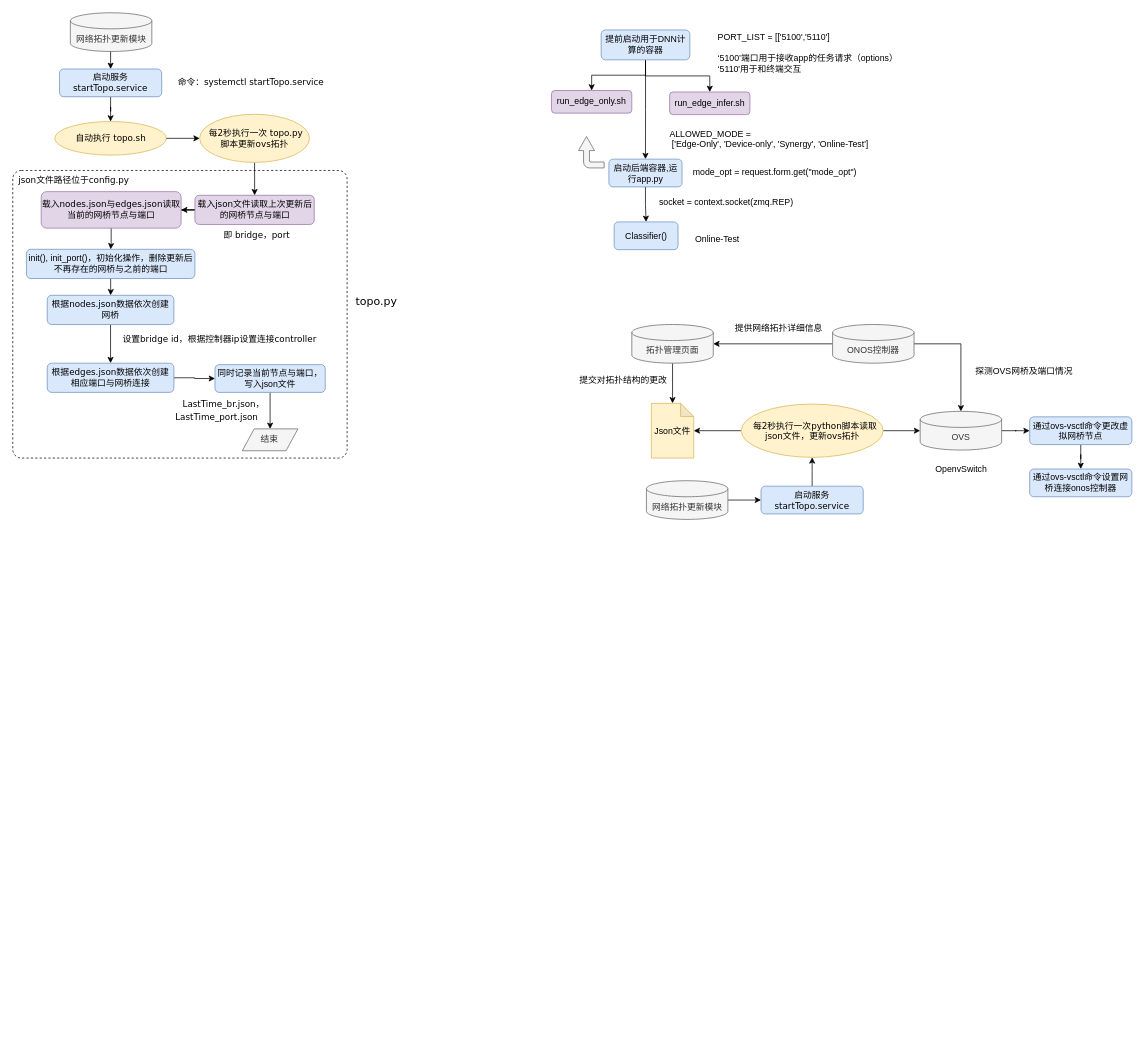
Above: 未命名绘图.drawio in zhoumeng-123/draw (draw.io), before the change. Source tidied: cells renumbered, new cells numbered last; positions are measured from the earlier drawing's top-left corner, leaving out a move shared by most shapes. Both pictures are drawn from the tidied source at 73%, with x=0, y=0 at pixel (12, 12).
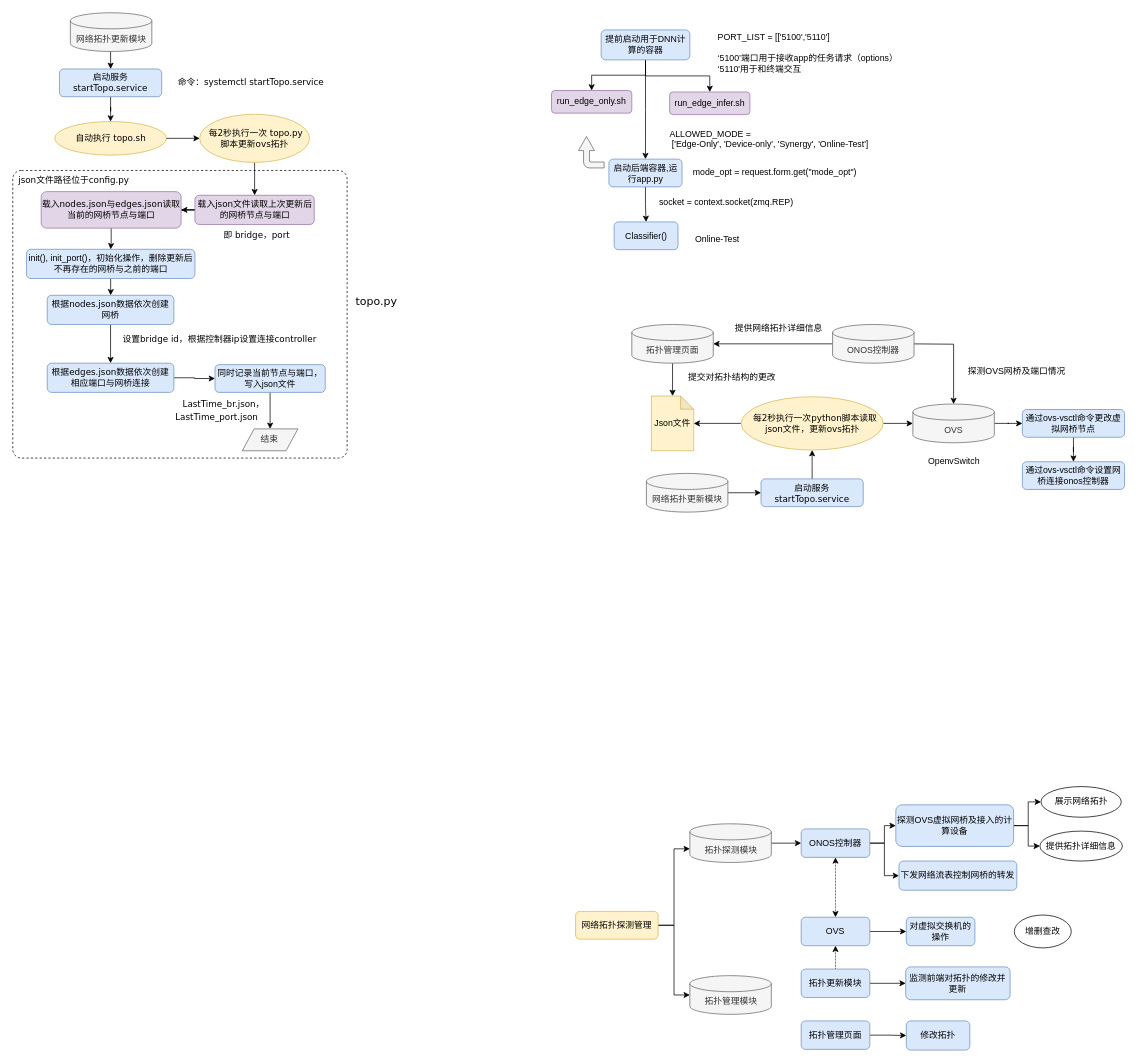
Above is the later version.

Commit message:
更新未命名绘图.drawio

The change refers to these unchanged cells:
```xml
<mxCell id="56" value="ONOS控制器" style="shape=cylinder3;whiteSpace=wrap;html=1;boundedLbl=1;backgroundOutline=1;size=11;fillColor=#f5f5f5;strokeColor=#666666;fontColor=#333333;" parent="1" vertex="1">
  <mxGeometry x="1123" y="427" width="111.6" height="53" as="geometry" />
</mxCell>
```

The edit, as a diff of the source:
```diff
@@
     <mxCell id="47" value="启动服务&lt;font face=&quot;Verdana&quot;&gt;startTopo.service&lt;/font&gt;" style="rounded=1;whiteSpace=wrap;html=1;fillColor=#dae8fc;strokeColor=#6c8ebf;" parent="1" vertex="1">
-      <mxGeometry x="1025" y="648.5" width="140" height="38" as="geometry" />
+      <mxGeometry x="1025" y="638.5" width="140" height="38" as="geometry" />
     </mxCell>
@@
     <mxCell id="49" value="网络拓扑更新模块" style="shape=cylinder3;whiteSpace=wrap;html=1;boundedLbl=1;backgroundOutline=1;size=11;fillColor=#f5f5f5;strokeColor=#666666;fontColor=#333333;" parent="1" vertex="1">
-      <mxGeometry x="868" y="641" width="111.6" height="53" as="geometry" />
+      <mxGeometry x="868" y="631" width="111.6" height="53" as="geometry" />
     </mxCell>
@@
     <mxCell id="52" value="&lt;font face=&quot;Verdana&quot;&gt;&amp;nbsp; 每2秒执行一次python脚本读取 json文件，更新ovs拓扑&lt;/font&gt; " style="ellipse;whiteSpace=wrap;html=1;fillColor=#fff2cc;strokeColor=#d6b656;" parent="1" vertex="1">
-      <mxGeometry x="997.8" y="536" width="194.5" height="73" as="geometry" />
+      <mxGeometry x="997.8" y="526" width="194.5" height="73" as="geometry" />
     </mxCell>
     <mxCell id="53" value="探测OVS网桥及端口情况" style="text;html=1;align=center;verticalAlign=middle;strokeColor=none;fillColor=none;" parent="1" vertex="1">
-      <mxGeometry x="1313" y="482" width="143" height="18" as="geometry" />
+      <mxGeometry x="1303" y="482" width="143" height="18" as="geometry" />
     </mxCell>
-    <mxCell id="54" style="edgeStyle=orthogonalEdgeStyle;rounded=0;jettySize=auto;html=1;entryX=0.5;entryY=0;entryDx=0;entryDy=0;entryPerimeter=0;" parent="1" edge="1" source="56" target="58">
-      <mxGeometry relative="1" as="geometry" />
+    <mxCell id="54" style="edgeStyle=orthogonalEdgeStyle;rounded=0;jettySize=auto;html=1;entryX=0.5;entryY=0;entryDx=0;entryDy=0;entryPerimeter=0;" parent="1" edge="1" target="58">
+      <mxGeometry relative="1" as="geometry">
+        <mxPoint x="1224.6" y="453.5" as="sourcePoint" />
+      </mxGeometry>
     </mxCell>
@@
     <mxCell id="58" value="OVS" style="shape=cylinder3;whiteSpace=wrap;html=1;boundedLbl=1;backgroundOutline=1;size=11;fillColor=#f5f5f5;strokeColor=#666666;fontColor=#333333;" parent="1" vertex="1">
-      <mxGeometry x="1243" y="546" width="111.6" height="53" as="geometry" />
+      <mxGeometry x="1233" y="536" width="111.6" height="53" as="geometry" />
     </mxCell>
@@
     <mxCell id="61" value="OpenvSwitch" style="text;html=1;align=center;verticalAlign=middle;strokeColor=none;fillColor=none;" parent="1" vertex="1">
-      <mxGeometry x="1258.3" y="616" width="81" height="18" as="geometry" />
+      <mxGeometry x="1248.3" y="606" width="81" height="18" as="geometry" />
     </mxCell>
     <mxCell id="62" value="Json文件" style="shape=note;whiteSpace=wrap;html=1;backgroundOutline=1;darkOpacity=0.05;fillColor=#fff2cc;strokeColor=#d6b656;size=18;" parent="1" vertex="1">
-      <mxGeometry x="874.8" y="535" width="58" height="75" as="geometry" />
+      <mxGeometry x="874.8" y="525" width="58" height="75" as="geometry" />
     </mxCell>
     <mxCell id="63" value="&lt;font face=&quot;Verdana&quot;&gt;提交对拓扑结构的更改&lt;br&gt;&lt;/font&gt;" style="text;html=1;align=center;verticalAlign=middle;strokeColor=none;fillColor=none;" parent="1" vertex="1">
-      <mxGeometry x="771" y="493" width="130" height="19" as="geometry" />
+      <mxGeometry x="920" y="490.5" width="130" height="19" as="geometry" />
     </mxCell>
@@
     <mxCell id="65" value="通过ovs-vsctl命令更改虚拟网桥节点" style="rounded=1;whiteSpace=wrap;html=1;fillColor=#dae8fc;strokeColor=#6c8ebf;" parent="1" vertex="1">
-      <mxGeometry x="1393" y="553.5" width="140" height="38" as="geometry" />
+      <mxGeometry x="1383" y="543.5" width="140" height="38" as="geometry" />
     </mxCell>
     <mxCell id="66" value="通过ovs-vsctl命令设置网桥连接onos控制器" style="rounded=1;whiteSpace=wrap;html=1;fillColor=#dae8fc;strokeColor=#6c8ebf;" parent="1" vertex="1">
-      <mxGeometry x="1393" y="625" width="140" height="38" as="geometry" />
+      <mxGeometry x="1383" y="615" width="140" height="38" as="geometry" />
     </mxCell>
@@
+    <mxCell id="68" style="edgeStyle=orthogonalEdgeStyle;rounded=0;jettySize=auto;html=1;startArrow=none;startFill=0;" parent="1" edge="1" source="69" target="77">
+      <mxGeometry relative="1" as="geometry" />
+    </mxCell>
+    <mxCell id="69" value="拓扑探测模块" style="shape=cylinder3;whiteSpace=wrap;html=1;boundedLbl=1;backgroundOutline=1;size=11;fillColor=#f5f5f5;strokeColor=#666666;fontColor=#333333;" parent="1" vertex="1">
+      <mxGeometry x="927.5" y="1111" width="111.6" height="53" as="geometry" />
+    </mxCell>
+    <mxCell id="70" style="edgeStyle=orthogonalEdgeStyle;rounded=0;jettySize=auto;html=1;exitX=1;exitY=0.5;exitDx=0;exitDy=0;entryX=0;entryY=0.5;entryDx=0;entryDy=0;entryPerimeter=0;startArrow=none;startFill=0;" parent="1" edge="1" source="72" target="73">
+      <mxGeometry relative="1" as="geometry" />
+    </mxCell>
+    <mxCell id="71" style="edgeStyle=orthogonalEdgeStyle;rounded=0;jettySize=auto;html=1;exitX=1;exitY=0.5;exitDx=0;exitDy=0;entryX=0;entryY=0;entryDx=0;entryDy=34.25;entryPerimeter=0;startArrow=none;startFill=0;" parent="1" edge="1" source="72" target="69">
+      <mxGeometry relative="1" as="geometry" />
+    </mxCell>
+    <mxCell id="72" value="网络拓扑探测管理" style="rounded=1;whiteSpace=wrap;html=1;fillColor=#fff2cc;strokeColor=#d6b656;" parent="1" vertex="1">
+      <mxGeometry x="771" y="1231" width="113" height="38" as="geometry" />
+    </mxCell>
+    <mxCell id="73" value="拓扑管理模块" style="shape=cylinder3;whiteSpace=wrap;html=1;boundedLbl=1;backgroundOutline=1;size=11;fillColor=#f5f5f5;strokeColor=#666666;fontColor=#333333;" parent="1" vertex="1">
+      <mxGeometry x="927.5" y="1319" width="111.6" height="53" as="geometry" />
+    </mxCell>
+    <mxCell id="74" style="edgeStyle=orthogonalEdgeStyle;rounded=0;jettySize=auto;html=1;startArrow=classic;startFill=1;dashed=1;dashPattern=1 1;" parent="1" edge="1" source="77" target="83">
+      <mxGeometry relative="1" as="geometry" />
+    </mxCell>
+    <mxCell id="75" style="edgeStyle=orthogonalEdgeStyle;rounded=0;jettySize=auto;html=1;entryX=0;entryY=0.5;entryDx=0;entryDy=0;startArrow=none;startFill=0;" parent="1" edge="1" source="77" target="86">
+      <mxGeometry relative="1" as="geometry" />
+    </mxCell>
+    <mxCell id="76" style="edgeStyle=orthogonalEdgeStyle;rounded=0;jettySize=auto;html=1;exitX=1;exitY=0.5;exitDx=0;exitDy=0;entryX=0;entryY=0.5;entryDx=0;entryDy=0;startArrow=none;startFill=0;" parent="1" edge="1" source="77" target="88">
+      <mxGeometry relative="1" as="geometry" />
+    </mxCell>
+    <mxCell id="77" value="ONOS控制器" style="rounded=1;whiteSpace=wrap;html=1;fillColor=#dae8fc;strokeColor=#6c8ebf;" parent="1" vertex="1">
+      <mxGeometry x="1080" y="1118" width="94" height="39" as="geometry" />
+    </mxCell>
+    <mxCell id="78" style="edgeStyle=orthogonalEdgeStyle;rounded=0;jettySize=auto;html=1;startArrow=none;startFill=0;endArrow=classic;endFill=1;" parent="1" edge="1" source="79" target="90">
+      <mxGeometry relative="1" as="geometry" />
+    </mxCell>
+    <mxCell id="79" value="拓扑管理页面" style="rounded=1;whiteSpace=wrap;html=1;fillColor=#dae8fc;strokeColor=#6c8ebf;" parent="1" vertex="1">
+      <mxGeometry x="1080" y="1381" width="94" height="39" as="geometry" />
+    </mxCell>
+    <mxCell id="80" style="edgeStyle=orthogonalEdgeStyle;rounded=0;jettySize=auto;html=1;startArrow=none;startFill=0;endArrow=classic;endFill=1;" parent="1" edge="1" source="81" target="89">
+      <mxGeometry relative="1" as="geometry" />
+    </mxCell>
+    <mxCell id="81" value="拓扑更新模块" style="rounded=1;whiteSpace=wrap;html=1;fillColor=#dae8fc;strokeColor=#6c8ebf;" parent="1" vertex="1">
+      <mxGeometry x="1080" y="1310" width="94" height="39" as="geometry" />
+    </mxCell>
+    <mxCell id="82" style="edgeStyle=orthogonalEdgeStyle;rounded=0;jettySize=auto;html=1;startArrow=none;startFill=0;" parent="1" edge="1" source="83" target="87">
+      <mxGeometry relative="1" as="geometry" />
+    </mxCell>
+    <mxCell id="83" value="OVS" style="rounded=1;whiteSpace=wrap;html=1;fillColor=#dae8fc;strokeColor=#6c8ebf;" parent="1" vertex="1">
+      <mxGeometry x="1080" y="1239" width="94" height="39" as="geometry" />
+    </mxCell>
+    <mxCell id="84" style="edgeStyle=orthogonalEdgeStyle;rounded=0;jettySize=auto;html=1;startArrow=none;startFill=0;" parent="1" edge="1" source="86" target="91">
+      <mxGeometry relative="1" as="geometry" />
+    </mxCell>
+    <mxCell id="85" style="edgeStyle=orthogonalEdgeStyle;rounded=0;jettySize=auto;html=1;exitX=1;exitY=0.5;exitDx=0;exitDy=0;entryX=0;entryY=0.5;entryDx=0;entryDy=0;startArrow=none;startFill=0;" parent="1" edge="1" source="86" target="92">
+      <mxGeometry relative="1" as="geometry" />
+    </mxCell>
+    <mxCell id="86" value="探测OVS虚拟网桥及接入的计算设备" style="rounded=1;whiteSpace=wrap;html=1;fillColor=#dae8fc;strokeColor=#6c8ebf;" parent="1" vertex="1">
+      <mxGeometry x="1209.6" y="1085" width="161.4" height="57" as="geometry" />
+    </mxCell>
+    <mxCell id="87" value="对虚拟交换机的操作" style="rounded=1;whiteSpace=wrap;html=1;fillColor=#dae8fc;strokeColor=#6c8ebf;" parent="1" vertex="1">
+      <mxGeometry x="1224" y="1239" width="94" height="39" as="geometry" />
+    </mxCell>
+    <mxCell id="88" value="下发网络流表控制网桥的转发" style="rounded=1;whiteSpace=wrap;html=1;fillColor=#dae8fc;strokeColor=#6c8ebf;" parent="1" vertex="1">
+      <mxGeometry x="1214" y="1162" width="161.4" height="40" as="geometry" />
+    </mxCell>
+    <mxCell id="89" value="监测前端对拓扑的修改并更新" style="rounded=1;whiteSpace=wrap;html=1;fillColor=#dae8fc;strokeColor=#6c8ebf;" parent="1" vertex="1">
+      <mxGeometry x="1223.2" y="1307" width="143" height="45" as="geometry" />
+    </mxCell>
+    <mxCell id="90" value="修改拓扑" style="rounded=1;whiteSpace=wrap;html=1;fillColor=#dae8fc;strokeColor=#6c8ebf;" parent="1" vertex="1">
+      <mxGeometry x="1224" y="1381" width="87" height="40" as="geometry" />
+    </mxCell>
+    <mxCell id="91" value="展示网络拓扑" style="ellipse;whiteSpace=wrap;html=1;" parent="1" vertex="1">
+      <mxGeometry x="1408.5" y="1060" width="110" height="42" as="geometry" />
+    </mxCell>
+    <mxCell id="92" value="提供拓扑详细信息" style="ellipse;whiteSpace=wrap;html=1;" parent="1" vertex="1">
+      <mxGeometry x="1407" y="1121" width="113" height="41" as="geometry" />
+    </mxCell>
+    <mxCell id="93" value="增删查改" style="ellipse;whiteSpace=wrap;html=1;" parent="1" vertex="1">
+      <mxGeometry x="1372" y="1236" width="78" height="45" as="geometry" />
+    </mxCell>
+    <mxCell id="94" style="edgeStyle=orthogonalEdgeStyle;rounded=0;jettySize=auto;html=1;startArrow=classic;startFill=1;dashed=1;dashPattern=1 1;entryX=0.5;entryY=0;entryDx=0;entryDy=0;exitX=0.5;exitY=1;exitDx=0;exitDy=0;endArrow=none;endFill=0;" parent="1" edge="1" source="83" target="81">
+      <mxGeometry relative="1" as="geometry" />
+    </mxCell>
```
